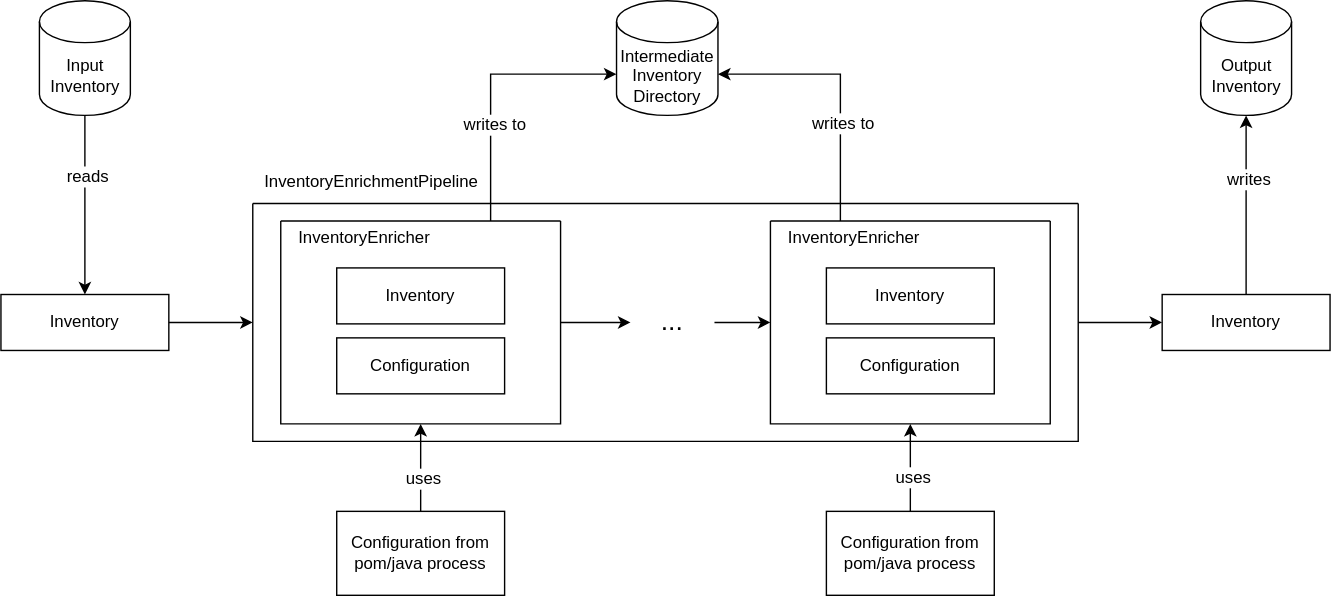
Before: doc/inventory-enrichment/mirror/inventory-enrichment-process-overview.drawio.svg, a diagram exported from draw.io (org-metaeffekt/metaeffekt-documentation-template). Source tidied: cells renumbered, new cells last; positions are measured from the earlier drawing's top-left corner, leaving out a move shared by most shapes. Source of this version:
```xml
<mxGraphModel background="#FFFFFF">
  <root>
    <mxCell id="0" />
    <mxCell id="1" parent="0" />
    <mxCell id="2" value="Inventory" style="rounded=0;whiteSpace=wrap;html=1;" parent="1" vertex="1">
      <mxGeometry y="210" width="120" height="40" as="geometry" />
    </mxCell>
    <mxCell id="3" style="edgeStyle=orthogonalEdgeStyle;rounded=0;jettySize=auto;html=1;" parent="1" edge="1" source="5" target="22">
      <mxGeometry relative="1" as="geometry" />
    </mxCell>
    <mxCell id="4" value="writes" style="edgeLabel;html=1;align=center;verticalAlign=middle;fontSize=12;" parent="3" vertex="1">
      <mxGeometry x="0.3" y="-1" relative="1" as="geometry" />
    </mxCell>
    <mxCell id="5" value="Inventory" style="rounded=0;whiteSpace=wrap;html=1;" parent="1" vertex="1">
      <mxGeometry x="830" y="210" width="120" height="40" as="geometry" />
    </mxCell>
    <mxCell id="6" style="swimlane;startSize=0;" parent="1" vertex="1">
      <mxGeometry x="180" y="145" width="590" height="170" as="geometry" />
    </mxCell>
    <mxCell id="7" style="edgeStyle=orthogonalEdgeStyle;rounded=0;jettySize=auto;html=1;fontSize=19;" parent="6" edge="1" source="8" target="17">
      <mxGeometry relative="1" as="geometry" />
    </mxCell>
    <mxCell id="8" style="swimlane;startSize=0;" parent="6" vertex="1">
      <mxGeometry x="20" y="12.5" width="200" height="145" as="geometry" />
    </mxCell>
    <mxCell id="9" value="Inventory" style="rounded=0;whiteSpace=wrap;html=1;" parent="8" vertex="1">
      <mxGeometry x="40" y="33.5" width="120" height="40" as="geometry" />
    </mxCell>
    <mxCell id="10" value="Configuration" style="rounded=0;whiteSpace=wrap;html=1;" parent="8" vertex="1">
      <mxGeometry x="40" y="83.5" width="120" height="40" as="geometry" />
    </mxCell>
    <mxCell id="11" value="InventoryEnricher" style="text;html=1;strokeColor=none;fillColor=none;align=center;verticalAlign=middle;whiteSpace=wrap;rounded=0;fontSize=12;" parent="8" vertex="1">
      <mxGeometry y="-2.5" width="120" height="30" as="geometry" />
    </mxCell>
    <mxCell id="12" style="swimlane;startSize=0;" parent="6" vertex="1">
      <mxGeometry x="370" y="12.5" width="200" height="145" as="geometry" />
    </mxCell>
    <mxCell id="13" value="Inventory" style="rounded=0;whiteSpace=wrap;html=1;" parent="12" vertex="1">
      <mxGeometry x="40" y="33.5" width="120" height="40" as="geometry" />
    </mxCell>
    <mxCell id="14" value="Configuration" style="rounded=0;whiteSpace=wrap;html=1;" parent="12" vertex="1">
      <mxGeometry x="40" y="83.5" width="120" height="40" as="geometry" />
    </mxCell>
    <mxCell id="15" value="InventoryEnricher" style="text;html=1;strokeColor=none;fillColor=none;align=center;verticalAlign=middle;whiteSpace=wrap;rounded=0;fontSize=12;" parent="12" vertex="1">
      <mxGeometry y="-2.5" width="120" height="30" as="geometry" />
    </mxCell>
    <mxCell id="16" style="edgeStyle=orthogonalEdgeStyle;rounded=0;jettySize=auto;html=1;entryX=0;entryY=0.5;entryDx=0;entryDy=0;fontSize=19;" parent="6" edge="1" source="17" target="12">
      <mxGeometry relative="1" as="geometry" />
    </mxCell>
    <mxCell id="17" value="..." style="text;html=1;strokeColor=none;fillColor=none;align=center;verticalAlign=middle;whiteSpace=wrap;rounded=0;horizontal=1;fontSize=19;" parent="6" vertex="1">
      <mxGeometry x="270" y="70" width="60" height="30" as="geometry" />
    </mxCell>
    <mxCell id="18" style="endArrow=classic;html=1;rounded=0;exitX=1;exitY=0.5;exitDx=0;exitDy=0;" parent="1" edge="1" source="2">
      <mxGeometry relative="1" as="geometry">
        <mxPoint x="180" y="230" as="targetPoint" />
      </mxGeometry>
    </mxCell>
    <mxCell id="19" style="edgeStyle=orthogonalEdgeStyle;rounded=0;jettySize=auto;html=1;entryX=0.5;entryY=0;entryDx=0;entryDy=0;" parent="1" edge="1" source="21" target="2">
      <mxGeometry relative="1" as="geometry" />
    </mxCell>
    <mxCell id="20" value="reads" style="edgeLabel;html=1;align=center;verticalAlign=middle;fontSize=12;" parent="19" vertex="1">
      <mxGeometry x="-0.33" y="1" relative="1" as="geometry" />
    </mxCell>
    <mxCell id="21" value="Input Inventory" style="shape=cylinder3;whiteSpace=wrap;html=1;boundedLbl=1;backgroundOutline=1;size=15;" parent="1" vertex="1">
      <mxGeometry x="27.5" width="65" height="82" as="geometry" />
    </mxCell>
    <mxCell id="22" value="Output Inventory" style="shape=cylinder3;whiteSpace=wrap;html=1;boundedLbl=1;backgroundOutline=1;size=15;" parent="1" vertex="1">
      <mxGeometry x="857.5" width="65" height="82" as="geometry" />
    </mxCell>
    <mxCell id="23" value="Intermediate Inventory Directory" style="shape=cylinder3;whiteSpace=wrap;html=1;boundedLbl=1;backgroundOutline=1;size=15;" parent="1" vertex="1">
      <mxGeometry x="440" width="72.5" height="82" as="geometry" />
    </mxCell>
    <mxCell id="24" style="edgeStyle=orthogonalEdgeStyle;rounded=0;jettySize=auto;html=1;entryX=0;entryY=0;entryDx=0;entryDy=52.5;entryPerimeter=0;exitX=0.75;exitY=0;exitDx=0;exitDy=0;" parent="1" edge="1" source="8" target="23">
      <mxGeometry relative="1" as="geometry" />
    </mxCell>
    <mxCell id="25" value="writes to" style="edgeLabel;html=1;align=center;verticalAlign=middle;fontSize=12;" parent="24" vertex="1">
      <mxGeometry x="-0.29" y="-2" relative="1" as="geometry" />
    </mxCell>
    <mxCell id="26" style="edgeStyle=orthogonalEdgeStyle;rounded=0;jettySize=auto;html=1;entryX=0;entryY=0.5;entryDx=0;entryDy=0;exitX=1;exitY=0.5;exitDx=0;exitDy=0;" parent="1" edge="1" source="6" target="5">
      <mxGeometry relative="1" as="geometry" />
    </mxCell>
    <mxCell id="27" style="edgeStyle=orthogonalEdgeStyle;rounded=0;jettySize=auto;html=1;fontSize=19;entryX=1;entryY=0;entryDx=0;entryDy=52.5;entryPerimeter=0;exitX=0.25;exitY=0;exitDx=0;exitDy=0;" parent="1" edge="1" source="12" target="23">
      <mxGeometry relative="1" as="geometry" />
    </mxCell>
    <mxCell id="28" value="writes to" style="edgeLabel;html=1;align=center;verticalAlign=middle;fontSize=12;" parent="27" vertex="1">
      <mxGeometry x="-0.34" y="-1" relative="1" as="geometry">
        <mxPoint y="-7" as="offset" />
      </mxGeometry>
    </mxCell>
    <mxCell id="29" style="edgeStyle=orthogonalEdgeStyle;rounded=0;jettySize=auto;html=1;entryX=0.5;entryY=1;entryDx=0;entryDy=0;fontSize=12;" parent="1" edge="1" source="31" target="8">
      <mxGeometry relative="1" as="geometry" />
    </mxCell>
    <mxCell id="30" value="uses" style="edgeLabel;html=1;align=center;verticalAlign=middle;fontSize=12;" parent="29" vertex="1">
      <mxGeometry x="-0.23" y="-1" relative="1" as="geometry" />
    </mxCell>
    <mxCell id="31" value="Configuration from pom/java process" style="rounded=0;whiteSpace=wrap;html=1;fontSize=12;" parent="1" vertex="1">
      <mxGeometry x="240" y="365" width="120" height="60" as="geometry" />
    </mxCell>
    <mxCell id="32" style="edgeStyle=orthogonalEdgeStyle;rounded=0;jettySize=auto;html=1;entryX=0.5;entryY=1;entryDx=0;entryDy=0;fontSize=12;" parent="1" edge="1" source="34" target="12">
      <mxGeometry relative="1" as="geometry" />
    </mxCell>
    <mxCell id="33" value="uses" style="edgeLabel;html=1;align=center;verticalAlign=middle;fontSize=12;" parent="32" vertex="1">
      <mxGeometry x="-0.14" y="-1" relative="1" as="geometry">
        <mxPoint y="2" as="offset" />
      </mxGeometry>
    </mxCell>
    <mxCell id="34" value="Configuration from pom/java process" style="rounded=0;whiteSpace=wrap;html=1;fontSize=12;" parent="1" vertex="1">
      <mxGeometry x="590" y="365" width="120" height="60" as="geometry" />
    </mxCell>
    <mxCell id="35" value="InventoryEnrichmentPipeline" style="text;html=1;strokeColor=none;fillColor=none;align=center;verticalAlign=middle;whiteSpace=wrap;rounded=0;fontSize=12;" parent="1" vertex="1">
      <mxGeometry x="180" y="115" width="170" height="30" as="geometry" />
    </mxCell>
  </root>
</mxGraphModel>
```
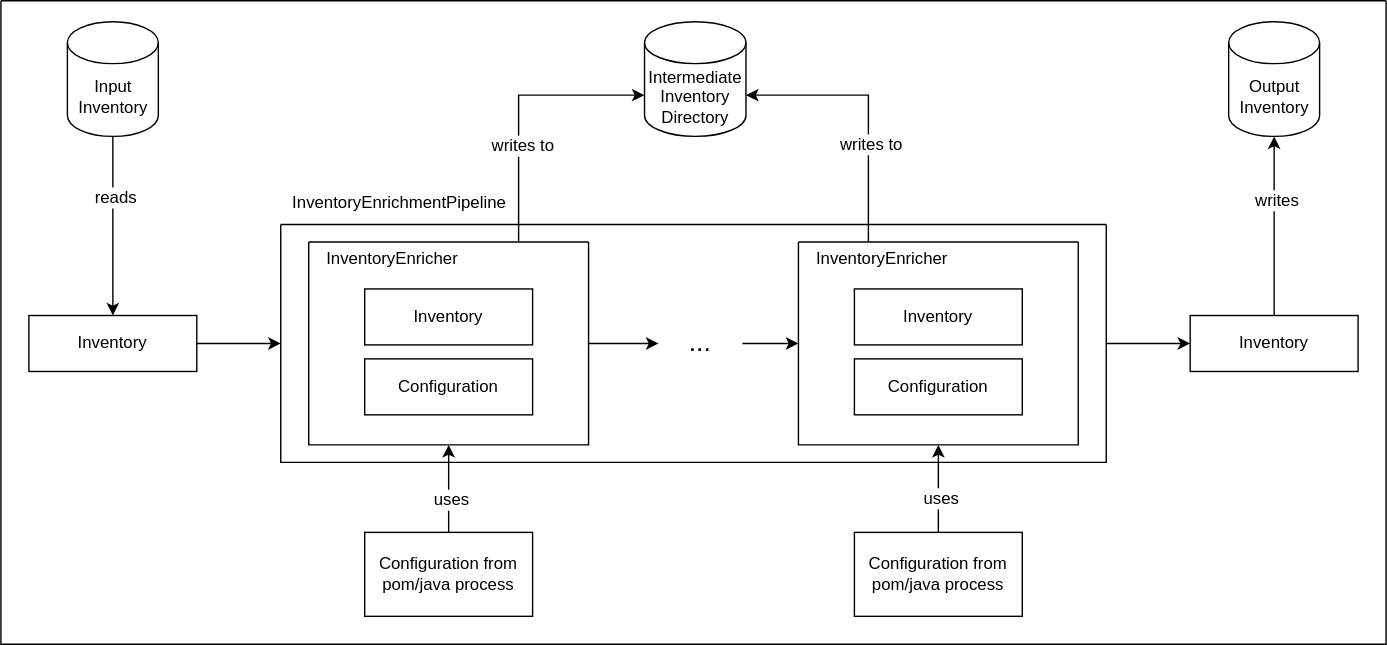
After the change.

Diff of the diagram source:
```diff
@@ -2,6 +2,9 @@
   <root>
     <mxCell id="0" />
     <mxCell id="1" parent="0" />
+    <mxCell id="36" style="swimlane;startSize=0;" parent="1" vertex="1">
+      <mxGeometry x="-20" y="-15" width="990" height="460" as="geometry" />
+    </mxCell>
     <mxCell id="2" value="Inventory" style="rounded=0;whiteSpace=wrap;html=1;" parent="1" vertex="1">
       <mxGeometry y="210" width="120" height="40" as="geometry" />
     </mxCell>
```
